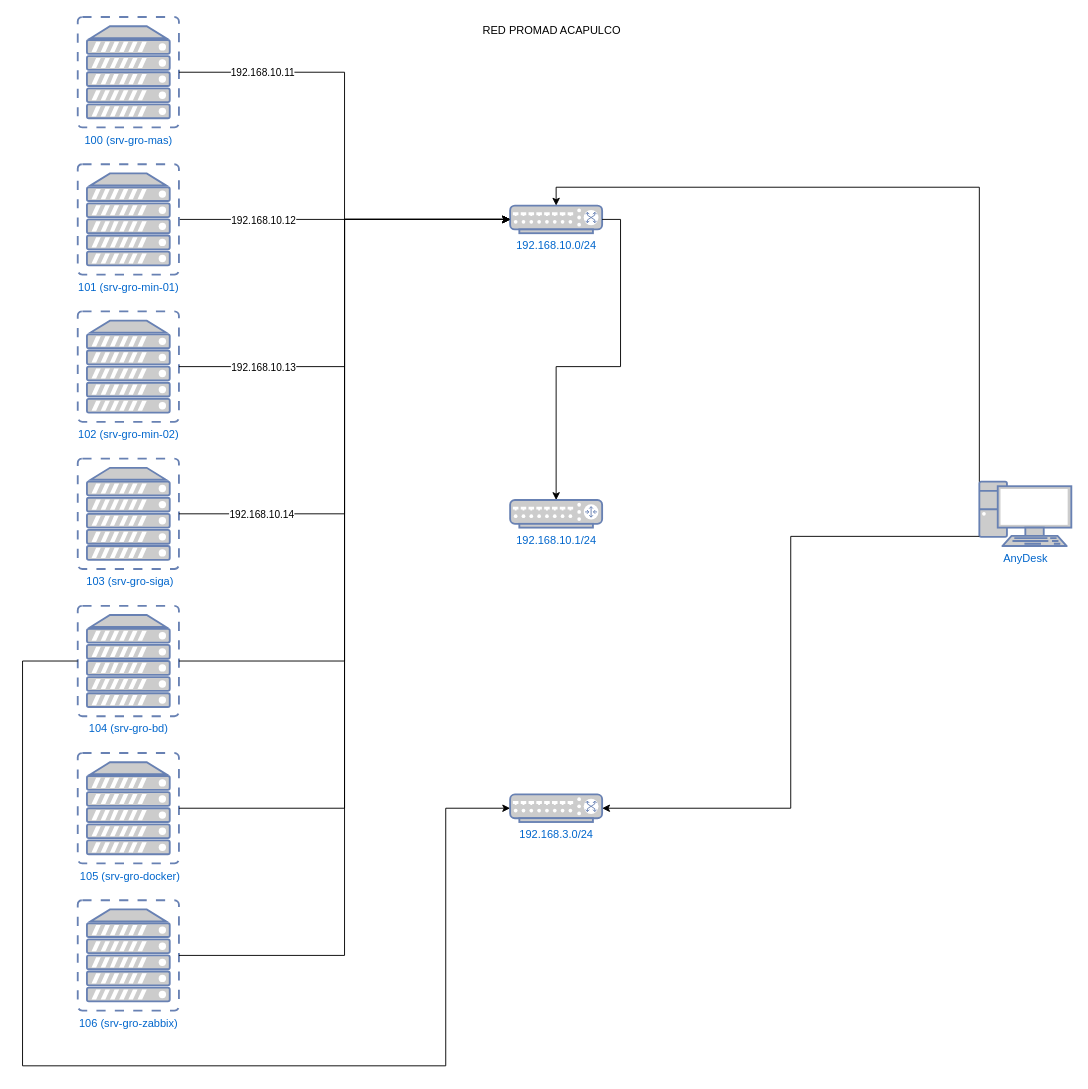
The draw.io diagram Acapulco.drawio in incognia/Promad, before the edit. Source tidied: cells renumbered, new cells numbered last; positions are measured from the earlier drawing's top-left corner, leaving out a move shared by most shapes. Both pictures are drawn from the tidied source at 92%, with x=0, y=0 at pixel (22, 17).
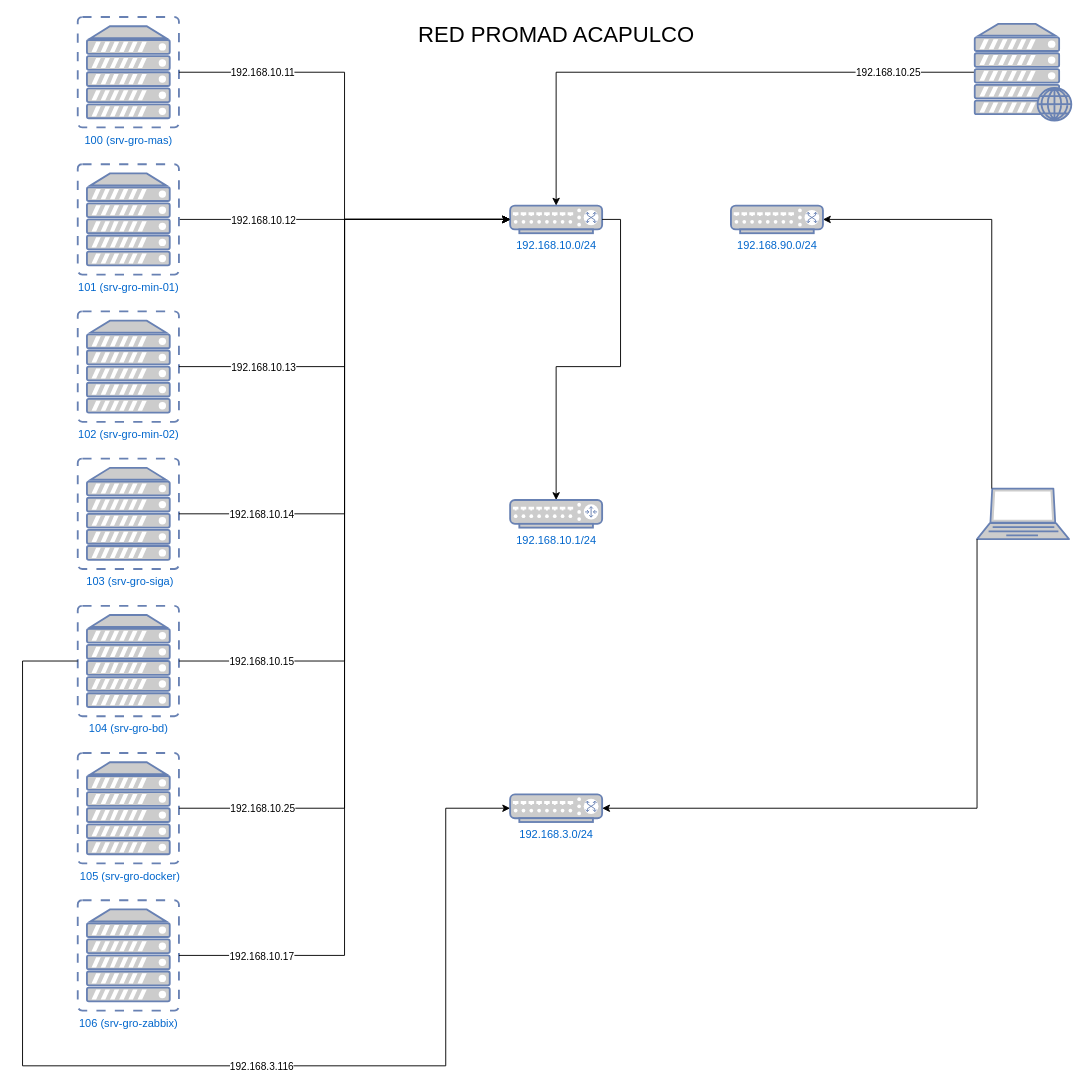
After the change.

Unchanged cells that the change refers to:
```xml
<mxCell id="11" value="192.168.10.0&lt;span style=&quot;background-color: transparent; color: light-dark(rgb(0, 102, 204), rgb(86, 174, 255));&quot;&gt;/24&lt;/span&gt;" style="fontColor=#0066CC;verticalAlign=top;verticalLabelPosition=bottom;labelPosition=center;align=center;html=1;outlineConnect=0;fillColor=#CCCCCC;strokeColor=#6881B3;gradientColor=none;gradientDirection=north;strokeWidth=2;shape=mxgraph.networks.switch;" parent="1" vertex="1">
  <mxGeometry x="530" y="205" width="100" height="30" as="geometry" />
</mxCell>
<mxCell id="12" value="192.168.3.0/24" style="fontColor=#0066CC;verticalAlign=top;verticalLabelPosition=bottom;labelPosition=center;align=center;html=1;outlineConnect=0;fillColor=#CCCCCC;strokeColor=#6881B3;gradientColor=none;gradientDirection=north;strokeWidth=2;shape=mxgraph.networks.switch;" parent="1" vertex="1">
  <mxGeometry x="530" y="845" width="100" height="30" as="geometry" />
</mxCell>
<mxCell id="16" style="edgeStyle=orthogonalEdgeStyle;rounded=0;jettySize=auto;html=1;exitX=0;exitY=0.5;exitDx=0;exitDy=0;exitPerimeter=0;entryX=0;entryY=0.5;entryDx=0;entryDy=0;entryPerimeter=0;" parent="1" edge="1" source="8" target="12">
  <mxGeometry relative="1" as="geometry">
    <Array as="points">
      <mxPoint y="700" />
      <mxPoint y="1140" />
      <mxPoint x="460" y="1140" />
      <mxPoint x="460" y="860" />
    </Array>
  </mxGeometry>
</mxCell>
<mxCell id="23" style="edgeStyle=orthogonalEdgeStyle;rounded=0;jettySize=auto;html=1;exitX=1;exitY=0.5;exitDx=0;exitDy=0;exitPerimeter=0;entryX=0;entryY=0.5;entryDx=0;entryDy=0;entryPerimeter=0;" parent="1" edge="1" source="8" target="11">
  <mxGeometry relative="1" as="geometry" />
</mxCell>
<mxCell id="24" style="edgeStyle=orthogonalEdgeStyle;rounded=0;jettySize=auto;html=1;entryX=0;entryY=0.5;entryDx=0;entryDy=0;entryPerimeter=0;" parent="1" edge="1" source="9" target="11">
  <mxGeometry relative="1" as="geometry" />
</mxCell>
<mxCell id="25" style="edgeStyle=orthogonalEdgeStyle;rounded=0;jettySize=auto;html=1;exitX=1;exitY=0.5;exitDx=0;exitDy=0;exitPerimeter=0;entryX=0;entryY=0.5;entryDx=0;entryDy=0;entryPerimeter=0;" parent="1" edge="1" source="10" target="11">
  <mxGeometry relative="1" as="geometry" />
</mxCell>
```

What changed in the source:
```diff
@@
-    <mxCell id="15" value="AnyDesk" style="fontColor=#0066CC;verticalAlign=top;verticalLabelPosition=bottom;labelPosition=center;align=center;html=1;outlineConnect=0;fillColor=#CCCCCC;strokeColor=#6881B3;gradientColor=none;gradientDirection=north;strokeWidth=2;shape=mxgraph.networks.pc;" parent="1" vertex="1">
-      <mxGeometry x="1040" y="505" width="100" height="70" as="geometry" />
-    </mxCell>
@@
+    <mxCell id="29" value="192.168.3.116" style="edgeLabel;html=1;align=center;verticalAlign=middle;" parent="16" vertex="1">
+      <mxGeometry x="0.06" y="-3" relative="1" as="geometry">
+        <mxPoint x="65" y="-3" as="offset" />
+      </mxGeometry>
+    </mxCell>
@@
+    <mxCell id="30" value="192.168.10.15" style="edgeLabel;html=1;align=center;verticalAlign=middle;" parent="23" vertex="1">
+      <mxGeometry x="-0.78" y="-1" relative="1" as="geometry">
+        <mxPoint x="-3" y="-1" as="offset" />
+      </mxGeometry>
+    </mxCell>
@@
+    <mxCell id="31" value="192.168.10.25" style="edgeLabel;html=1;align=center;verticalAlign=middle;fontColor=light-dark(#000000,#FF0000);" parent="24" vertex="1">
+      <mxGeometry x="-0.81" y="-3" relative="1" as="geometry">
+        <mxPoint x="-5" y="-3" as="offset" />
+      </mxGeometry>
+    </mxCell>
@@
-    <mxCell id="26" style="edgeStyle=orthogonalEdgeStyle;rounded=0;jettySize=auto;html=1;exitX=0;exitY=0;exitDx=0;exitDy=0;exitPerimeter=0;entryX=0.5;entryY=0;entryDx=0;entryDy=0;entryPerimeter=0;" parent="1" edge="1" source="15" target="11">
-      <mxGeometry relative="1" as="geometry" />
-    </mxCell>
-    <mxCell id="27" style="edgeStyle=orthogonalEdgeStyle;rounded=0;jettySize=auto;html=1;exitX=0;exitY=0.85;exitDx=0;exitDy=0;exitPerimeter=0;entryX=1;entryY=0.5;entryDx=0;entryDy=0;entryPerimeter=0;" parent="1" edge="1" source="15" target="12">
-      <mxGeometry relative="1" as="geometry" />
-    </mxCell>
+    <mxCell id="32" value="192.168.10.17" style="edgeLabel;html=1;align=center;verticalAlign=middle;" parent="25" vertex="1">
+      <mxGeometry x="-0.87" relative="1" as="geometry">
+        <mxPoint x="14" as="offset" />
+      </mxGeometry>
+    </mxCell>
-    <mxCell id="28" value="RED PROMAD ACAPULCO" style="text;html=1;align=center;verticalAlign=middle;strokeColor=none;fillColor=none;" parent="1" vertex="1">
-      <mxGeometry x="490" width="170" height="30" as="geometry" />
+    <mxCell id="28" value="RED PROMAD ACAPULCO" style="text;html=1;align=center;verticalAlign=middle;strokeColor=none;fillColor=none;fontSize=24;" parent="1" vertex="1">
+      <mxGeometry x="420" width="320" height="40" as="geometry" />
     </mxCell>
+    <mxCell id="33" style="edgeStyle=orthogonalEdgeStyle;rounded=0;jettySize=auto;html=1;exitX=0;exitY=0.5;exitDx=0;exitDy=0;exitPerimeter=0;" parent="1" edge="1" source="35" target="11">
+      <mxGeometry relative="1" as="geometry" />
+    </mxCell>
+    <mxCell id="34" value="192.168.10.25" style="edgeLabel;html=1;align=center;verticalAlign=middle;fontColor=light-dark(#000000,#FF0000);" parent="33" vertex="1">
+      <mxGeometry x="-0.59" y="1" relative="1" as="geometry">
+        <mxPoint x="28" y="-1" as="offset" />
+      </mxGeometry>
+    </mxCell>
+    <mxCell id="35" style="fontColor=#0066CC;verticalAlign=top;verticalLabelPosition=bottom;labelPosition=center;align=center;html=1;outlineConnect=0;fillColor=#CCCCCC;strokeColor=#6881B3;gradientColor=none;gradientDirection=north;strokeWidth=2;shape=mxgraph.networks.web_server;" parent="1" vertex="1">
+      <mxGeometry x="1035" y="7.5" width="105" height="105" as="geometry" />
+    </mxCell>
+    <mxCell id="36" value="192.168.90.0&lt;span style=&quot;background-color: transparent; color: light-dark(rgb(0, 102, 204), rgb(86, 174, 255));&quot;&gt;/24&lt;/span&gt;" style="fontColor=#0066CC;verticalAlign=top;verticalLabelPosition=bottom;labelPosition=center;align=center;html=1;outlineConnect=0;fillColor=#CCCCCC;strokeColor=#6881B3;gradientColor=none;gradientDirection=north;strokeWidth=2;shape=mxgraph.networks.switch;" parent="1" vertex="1">
+      <mxGeometry x="770" y="205" width="100" height="30" as="geometry" />
+    </mxCell>
+    <mxCell id="37" style="fontColor=#0066CC;verticalAlign=top;verticalLabelPosition=bottom;labelPosition=center;align=center;html=1;outlineConnect=0;fillColor=#CCCCCC;strokeColor=#6881B3;gradientColor=none;gradientDirection=north;strokeWidth=2;shape=mxgraph.networks.laptop;" parent="1" vertex="1">
+      <mxGeometry x="1037.5" y="512.5" width="100" height="55" as="geometry" />
+    </mxCell>
+    <mxCell id="38" style="edgeStyle=orthogonalEdgeStyle;rounded=0;jettySize=auto;html=1;exitX=0;exitY=1;exitDx=0;exitDy=0;exitPerimeter=0;entryX=1;entryY=0.5;entryDx=0;entryDy=0;entryPerimeter=0;" parent="1" edge="1" source="37" target="12">
+      <mxGeometry relative="1" as="geometry" />
+    </mxCell>
+    <mxCell id="39" style="edgeStyle=orthogonalEdgeStyle;rounded=0;jettySize=auto;html=1;exitX=0.16;exitY=0;exitDx=0;exitDy=0;exitPerimeter=0;entryX=1;entryY=0.5;entryDx=0;entryDy=0;entryPerimeter=0;" parent="1" edge="1" source="37" target="36">
+      <mxGeometry relative="1" as="geometry" />
+    </mxCell>
```
